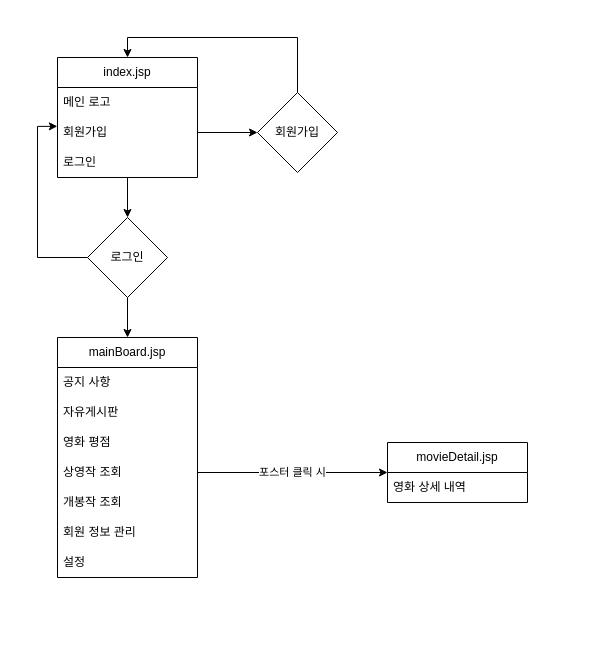
The draw.io diagram 기타/웹 사이트 구조 다이어그램/웹 사이트 구조 다이어그램.drawio in 909ma/VIE-Oh-What-is-The-Film-Today, before the edit. Source tidied: cells renumbered, new cells numbered last; positions are measured from the earlier drawing's top-left corner, leaving out a move shared by most shapes. Both pictures are drawn from the tidied source at 100%, with x=0, y=0 at pixel (37, 37).
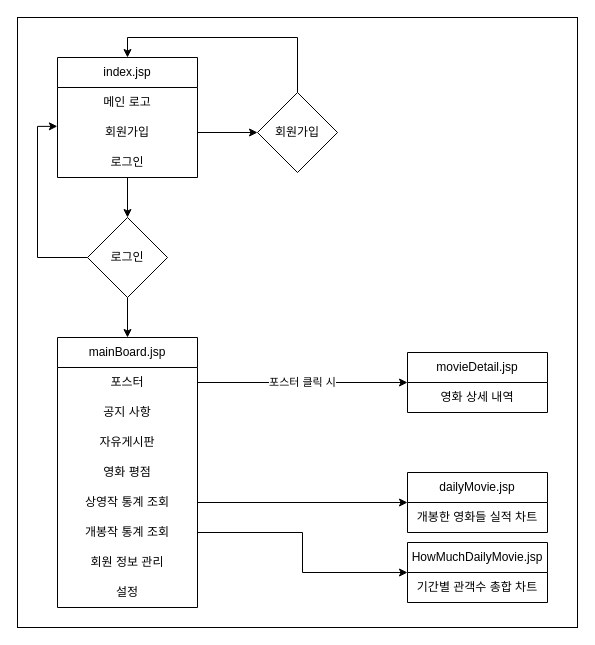
After the change.

Commit message (it also covers changes not shown here):
😋 웹 구조 다이어그램 업데이트

What changed in the source:
```diff
@@
+    <mxCell id="24" style="rounded=0;whiteSpace=wrap;html=1;" parent="1" vertex="1">
+      <mxGeometry x="-20" y="-20" width="560" height="610" as="geometry" />
+    </mxCell>
-    <mxCell id="2" style="edgeStyle=orthogonalEdgeStyle;rounded=0;jettySize=auto;html=1;entryX=0.5;entryY=0;entryDx=0;entryDy=0;" parent="1" edge="1" source="3" target="17">
+    <mxCell id="2" style="edgeStyle=orthogonalEdgeStyle;rounded=0;jettySize=auto;html=1;entryX=0.5;entryY=0;entryDx=0;entryDy=0;align=center;" parent="1" edge="1" source="3" target="17">
       <mxGeometry relative="1" as="geometry" />
     </mxCell>
-    <mxCell id="3" value="index.jsp" style="swimlane;fontStyle=0;horizontal=1;startSize=30;whiteSpace=wrap;html=1;" parent="1" vertex="1">
+    <mxCell id="3" value="index.jsp" style="swimlane;fontStyle=0;horizontal=1;startSize=30;whiteSpace=wrap;html=1;align=center;" parent="1" vertex="1">
       <mxGeometry x="20" y="20" width="140" height="120" as="geometry" />
     </mxCell>
-    <mxCell id="4" value="메인 로고" style="text;strokeColor=none;fillColor=none;align=left;verticalAlign=middle;spacingLeft=4;spacingRight=4;overflow=hidden;whiteSpace=wrap;html=1;" parent="3" vertex="1">
+    <mxCell id="4" value="메인 로고" style="text;strokeColor=none;fillColor=none;align=center;verticalAlign=middle;spacingLeft=4;spacingRight=4;overflow=hidden;whiteSpace=wrap;html=1;" parent="3" vertex="1">
       <mxGeometry y="30" width="140" height="30" as="geometry" />
     </mxCell>
-    <mxCell id="5" value="회원가입" style="text;strokeColor=none;fillColor=none;align=left;verticalAlign=middle;spacingLeft=4;spacingRight=4;overflow=hidden;points=[[0,0.5],[1,0.5]];portConstraint=eastwest;whiteSpace=wrap;html=1;" parent="3" vertex="1">
+    <mxCell id="5" value="회원가입" style="text;strokeColor=none;fillColor=none;align=center;verticalAlign=middle;spacingLeft=4;spacingRight=4;overflow=hidden;points=[[0,0.5],[1,0.5]];portConstraint=eastwest;whiteSpace=wrap;html=1;" parent="3" vertex="1">
       <mxGeometry y="60" width="140" height="30" as="geometry" />
     </mxCell>
-    <mxCell id="6" value="로그인" style="text;strokeColor=none;fillColor=none;align=left;verticalAlign=middle;spacingLeft=4;spacingRight=4;overflow=hidden;whiteSpace=wrap;html=1;" parent="3" vertex="1">
+    <mxCell id="6" value="로그인" style="text;strokeColor=none;fillColor=none;align=center;verticalAlign=middle;spacingLeft=4;spacingRight=4;overflow=hidden;whiteSpace=wrap;html=1;" parent="3" vertex="1">
       <mxGeometry y="90" width="140" height="30" as="geometry" />
     </mxCell>
-    <mxCell id="7" value="mainBoard.jsp" style="swimlane;fontStyle=0;horizontal=1;startSize=30;whiteSpace=wrap;html=1;" parent="1" vertex="1">
-      <mxGeometry x="20" y="300" width="140" height="240" as="geometry" />
+    <mxCell id="7" value="mainBoard.jsp" style="swimlane;fontStyle=0;horizontal=1;startSize=30;whiteSpace=wrap;html=1;align=center;" parent="1" vertex="1">
+      <mxGeometry x="20" y="300" width="140" height="270" as="geometry" />
     </mxCell>
+    <mxCell id="25" value="포스터" style="text;strokeColor=none;fillColor=none;align=center;verticalAlign=middle;spacingLeft=4;spacingRight=4;overflow=hidden;points=[[0,0.5],[1,0.5]];portConstraint=eastwest;whiteSpace=wrap;html=1;" parent="7" vertex="1">
+      <mxGeometry y="30" width="140" height="30" as="geometry" />
+    </mxCell>
-    <mxCell id="8" value="공지 사항" style="text;strokeColor=none;fillColor=none;align=left;verticalAlign=middle;spacingLeft=4;spacingRight=4;overflow=hidden;whiteSpace=wrap;html=1;" parent="7" vertex="1">
-      <mxGeometry y="30" width="140" height="30" as="geometry" />
+    <mxCell id="8" value="공지 사항" style="text;strokeColor=none;fillColor=none;align=center;verticalAlign=middle;spacingLeft=4;spacingRight=4;overflow=hidden;whiteSpace=wrap;html=1;" parent="7" vertex="1">
+      <mxGeometry y="60" width="140" height="30" as="geometry" />
     </mxCell>
-    <mxCell id="9" value="자유게시판" style="text;strokeColor=none;fillColor=none;align=left;verticalAlign=middle;spacingLeft=4;spacingRight=4;overflow=hidden;whiteSpace=wrap;html=1;" parent="7" vertex="1">
-      <mxGeometry y="60" width="140" height="30" as="geometry" />
+    <mxCell id="9" value="자유게시판" style="text;strokeColor=none;fillColor=none;align=center;verticalAlign=middle;spacingLeft=4;spacingRight=4;overflow=hidden;whiteSpace=wrap;html=1;" parent="7" vertex="1">
+      <mxGeometry y="90" width="140" height="30" as="geometry" />
     </mxCell>
-    <mxCell id="10" value="영화 평점" style="text;strokeColor=none;fillColor=none;align=left;verticalAlign=middle;spacingLeft=4;spacingRight=4;overflow=hidden;whiteSpace=wrap;html=1;" parent="7" vertex="1">
-      <mxGeometry y="90" width="140" height="30" as="geometry" />
+    <mxCell id="10" value="영화 평점" style="text;strokeColor=none;fillColor=none;align=center;verticalAlign=middle;spacingLeft=4;spacingRight=4;overflow=hidden;whiteSpace=wrap;html=1;" parent="7" vertex="1">
+      <mxGeometry y="120" width="140" height="30" as="geometry" />
     </mxCell>
-    <mxCell id="11" value="상영작 조회" style="text;strokeColor=none;fillColor=none;align=left;verticalAlign=middle;spacingLeft=4;spacingRight=4;overflow=hidden;points=[[0,0.5],[1,0.5]];portConstraint=eastwest;whiteSpace=wrap;html=1;" parent="7" vertex="1">
-      <mxGeometry y="120" width="140" height="30" as="geometry" />
+    <mxCell id="11" value="상영작 통계 조회" style="text;strokeColor=none;fillColor=none;align=center;verticalAlign=middle;spacingLeft=4;spacingRight=4;overflow=hidden;points=[[0,0.5],[1,0.5]];portConstraint=eastwest;whiteSpace=wrap;html=1;" parent="7" vertex="1">
+      <mxGeometry y="150" width="140" height="30" as="geometry" />
     </mxCell>
-    <mxCell id="12" value="개봉작 조회" style="text;strokeColor=none;fillColor=none;align=left;verticalAlign=middle;spacingLeft=4;spacingRight=4;overflow=hidden;points=[[0,0.5],[1,0.5]];portConstraint=eastwest;whiteSpace=wrap;html=1;" parent="7" vertex="1">
-      <mxGeometry y="150" width="140" height="30" as="geometry" />
+    <mxCell id="12" value="개봉작 통계 조회" style="text;strokeColor=none;fillColor=none;align=center;verticalAlign=middle;spacingLeft=4;spacingRight=4;overflow=hidden;points=[[0,0.5],[1,0.5]];portConstraint=eastwest;whiteSpace=wrap;html=1;" parent="7" vertex="1">
+      <mxGeometry y="180" width="140" height="30" as="geometry" />
     </mxCell>
-    <mxCell id="13" value="회원 정보 관리" style="text;strokeColor=none;fillColor=none;align=left;verticalAlign=middle;spacingLeft=4;spacingRight=4;overflow=hidden;whiteSpace=wrap;html=1;" parent="7" vertex="1">
-      <mxGeometry y="180" width="140" height="30" as="geometry" />
+    <mxCell id="13" value="회원 정보 관리" style="text;strokeColor=none;fillColor=none;align=center;verticalAlign=middle;spacingLeft=4;spacingRight=4;overflow=hidden;whiteSpace=wrap;html=1;" parent="7" vertex="1">
+      <mxGeometry y="210" width="140" height="30" as="geometry" />
     </mxCell>
-    <mxCell id="14" value="설정" style="text;strokeColor=none;fillColor=none;align=left;verticalAlign=middle;spacingLeft=4;spacingRight=4;overflow=hidden;whiteSpace=wrap;html=1;" parent="7" vertex="1">
-      <mxGeometry y="210" width="140" height="30" as="geometry" />
+    <mxCell id="14" value="설정" style="text;strokeColor=none;fillColor=none;align=center;verticalAlign=middle;spacingLeft=4;spacingRight=4;overflow=hidden;whiteSpace=wrap;html=1;" parent="7" vertex="1">
+      <mxGeometry y="240" width="140" height="30" as="geometry" />
     </mxCell>
-    <mxCell id="15" style="edgeStyle=orthogonalEdgeStyle;rounded=0;jettySize=auto;html=1;entryX=0.5;entryY=0;entryDx=0;entryDy=0;" parent="1" edge="1" source="17" target="7">
+    <mxCell id="15" style="edgeStyle=orthogonalEdgeStyle;rounded=0;jettySize=auto;html=1;entryX=0.5;entryY=0;entryDx=0;entryDy=0;align=center;" parent="1" edge="1" source="17" target="7">
       <mxGeometry relative="1" as="geometry" />
     </mxCell>
-    <mxCell id="16" style="edgeStyle=orthogonalEdgeStyle;rounded=0;jettySize=auto;html=1;entryX=-0.001;entryY=0.295;entryDx=0;entryDy=0;entryPerimeter=0;" parent="1" edge="1" source="17" target="5">
+    <mxCell id="16" style="edgeStyle=orthogonalEdgeStyle;rounded=0;jettySize=auto;html=1;entryX=-0.001;entryY=0.295;entryDx=0;entryDy=0;entryPerimeter=0;align=center;" parent="1" edge="1" source="17" target="5">
       <mxGeometry relative="1" as="geometry">
         <Array as="points">
           <mxPoint y="220" />
           <mxPoint y="89" />
         </Array>
       </mxGeometry>
     </mxCell>
-    <mxCell id="17" value="로그인" style="rhombus;whiteSpace=wrap;html=1;" parent="1" vertex="1">
+    <mxCell id="17" value="로그인" style="rhombus;whiteSpace=wrap;html=1;align=center;" parent="1" vertex="1">
       <mxGeometry x="50" y="180" width="80" height="80" as="geometry" />
     </mxCell>
-    <mxCell id="18" style="edgeStyle=orthogonalEdgeStyle;rounded=0;jettySize=auto;html=1;entryX=0.5;entryY=0;entryDx=0;entryDy=0;" parent="1" edge="1" source="19" target="3">
+    <mxCell id="18" style="edgeStyle=orthogonalEdgeStyle;rounded=0;jettySize=auto;html=1;entryX=0.5;entryY=0;entryDx=0;entryDy=0;align=center;" parent="1" edge="1" source="19" target="3">
       <mxGeometry relative="1" as="geometry">
         <Array as="points">
           <mxPoint x="260" />
           <mxPoint x="90" />
         </Array>
       </mxGeometry>
     </mxCell>
-    <mxCell id="19" value="회원가입" style="rhombus;whiteSpace=wrap;html=1;" parent="1" vertex="1">
+    <mxCell id="19" value="회원가입" style="rhombus;whiteSpace=wrap;html=1;align=center;" parent="1" vertex="1">
       <mxGeometry x="220" y="55" width="80" height="80" as="geometry" />
     </mxCell>
-    <mxCell id="20" style="edgeStyle=orthogonalEdgeStyle;rounded=0;jettySize=auto;html=1;entryX=0;entryY=0.5;entryDx=0;entryDy=0;" parent="1" edge="1" source="5" target="19">
+    <mxCell id="20" style="edgeStyle=orthogonalEdgeStyle;rounded=0;jettySize=auto;html=1;entryX=0;entryY=0.5;entryDx=0;entryDy=0;align=center;" parent="1" edge="1" source="5" target="19">
       <mxGeometry relative="1" as="geometry" />
     </mxCell>
-    <mxCell id="21" value="movieDetail.jsp" style="swimlane;fontStyle=0;horizontal=1;startSize=30;whiteSpace=wrap;html=1;" parent="1" vertex="1">
-      <mxGeometry x="350" y="405" width="140" height="60" as="geometry" />
+    <mxCell id="21" value="movieDetail.jsp" style="swimlane;fontStyle=0;horizontal=1;startSize=30;whiteSpace=wrap;html=1;align=center;" parent="1" vertex="1">
+      <mxGeometry x="370" y="315" width="140" height="60" as="geometry" />
     </mxCell>
-    <mxCell id="22" value="영화 상세 내역" style="text;strokeColor=none;fillColor=none;align=left;verticalAlign=middle;spacingLeft=4;spacingRight=4;overflow=hidden;whiteSpace=wrap;html=1;" parent="21" vertex="1">
+    <mxCell id="22" value="영화 상세 내역" style="text;strokeColor=none;fillColor=none;align=center;verticalAlign=middle;spacingLeft=4;spacingRight=4;overflow=hidden;whiteSpace=wrap;html=1;" parent="21" vertex="1">
       <mxGeometry y="30" width="140" height="30" as="geometry" />
     </mxCell>
-    <mxCell id="23" value="포스터 클릭 시" style="edgeStyle=orthogonalEdgeStyle;rounded=0;jettySize=auto;html=1;entryX=0;entryY=0.5;entryDx=0;entryDy=0;" parent="1" edge="1" source="11" target="21">
+    <mxCell id="23" value="포스터 클릭 시" style="edgeStyle=orthogonalEdgeStyle;rounded=0;jettySize=auto;html=1;entryX=0;entryY=0.5;entryDx=0;entryDy=0;align=center;" parent="1" edge="1" source="25" target="21">
       <mxGeometry relative="1" as="geometry" />
     </mxCell>
+    <mxCell id="26" value="dailyMovie.jsp" style="swimlane;fontStyle=0;horizontal=1;startSize=30;whiteSpace=wrap;html=1;align=center;" parent="1" vertex="1">
+      <mxGeometry x="370" y="435" width="140" height="60" as="geometry" />
+    </mxCell>
+    <mxCell id="27" value="개봉한 영화들 실적 차트" style="text;strokeColor=none;fillColor=none;align=center;verticalAlign=middle;spacingLeft=4;spacingRight=4;overflow=hidden;whiteSpace=wrap;html=1;" parent="26" vertex="1">
+      <mxGeometry y="30" width="140" height="30" as="geometry" />
+    </mxCell>
+    <mxCell id="28" value="HowMuchDailyMovie.jsp" style="swimlane;fontStyle=0;horizontal=1;startSize=30;whiteSpace=wrap;html=1;align=center;" parent="1" vertex="1">
+      <mxGeometry x="370" y="505" width="140" height="60" as="geometry" />
+    </mxCell>
+    <mxCell id="29" value="기간별 관객수 총합 차트" style="text;strokeColor=none;fillColor=none;align=center;verticalAlign=middle;spacingLeft=4;spacingRight=4;overflow=hidden;whiteSpace=wrap;html=1;" parent="28" vertex="1">
+      <mxGeometry y="30" width="140" height="30" as="geometry" />
+    </mxCell>
+    <mxCell id="30" style="edgeStyle=orthogonalEdgeStyle;rounded=0;jettySize=auto;html=1;entryX=0;entryY=0.5;entryDx=0;entryDy=0;align=center;" parent="1" edge="1" source="12" target="28">
+      <mxGeometry relative="1" as="geometry" />
+    </mxCell>
+    <mxCell id="31" style="edgeStyle=orthogonalEdgeStyle;rounded=0;jettySize=auto;html=1;exitX=1;exitY=0.5;exitDx=0;exitDy=0;align=center;" parent="1" edge="1" source="11" target="26">
+      <mxGeometry relative="1" as="geometry" />
+    </mxCell>
```
